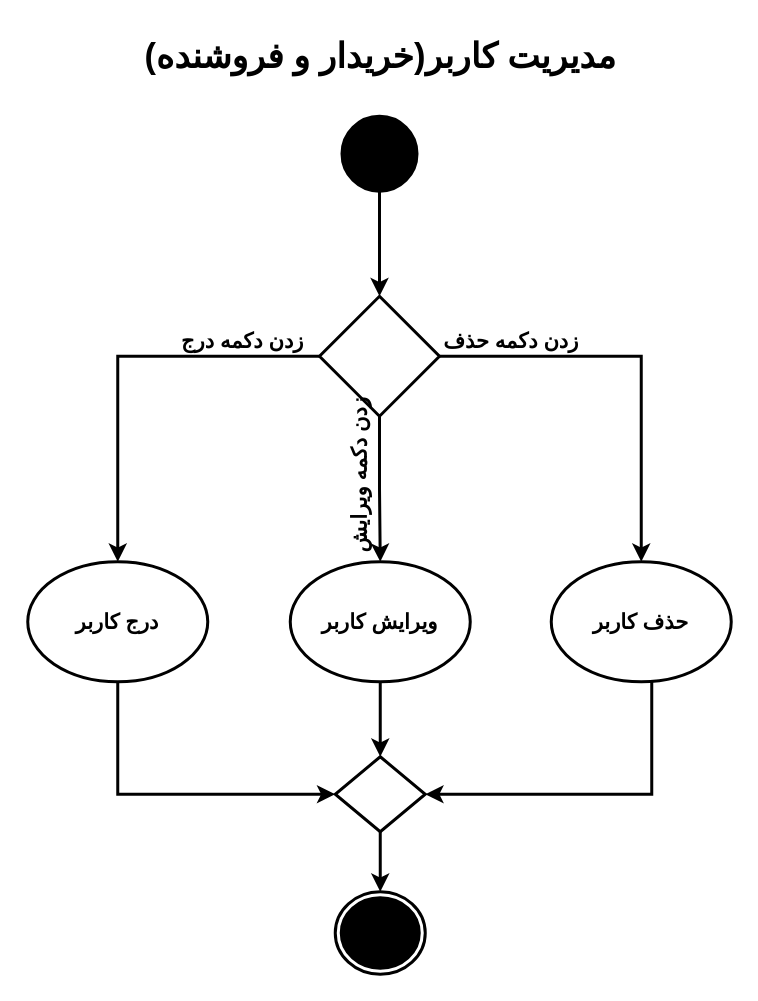
Before: page "UserManagement" (6 of 24) of ActivityDiagram/MiddleWare_CarBaMaActivityDiagram.drawio in MelvinMo/CarBaMa_Automotive-Sale-Application, a draw.io diagram. Source tidied: cells renumbered, new cells numbered last; positions are measured from the earlier drawing's top-left corner, leaving out a move shared by most shapes. Both pictures are drawn from the tidied source at 150%, with x=0, y=0 at pixel (27, 26).
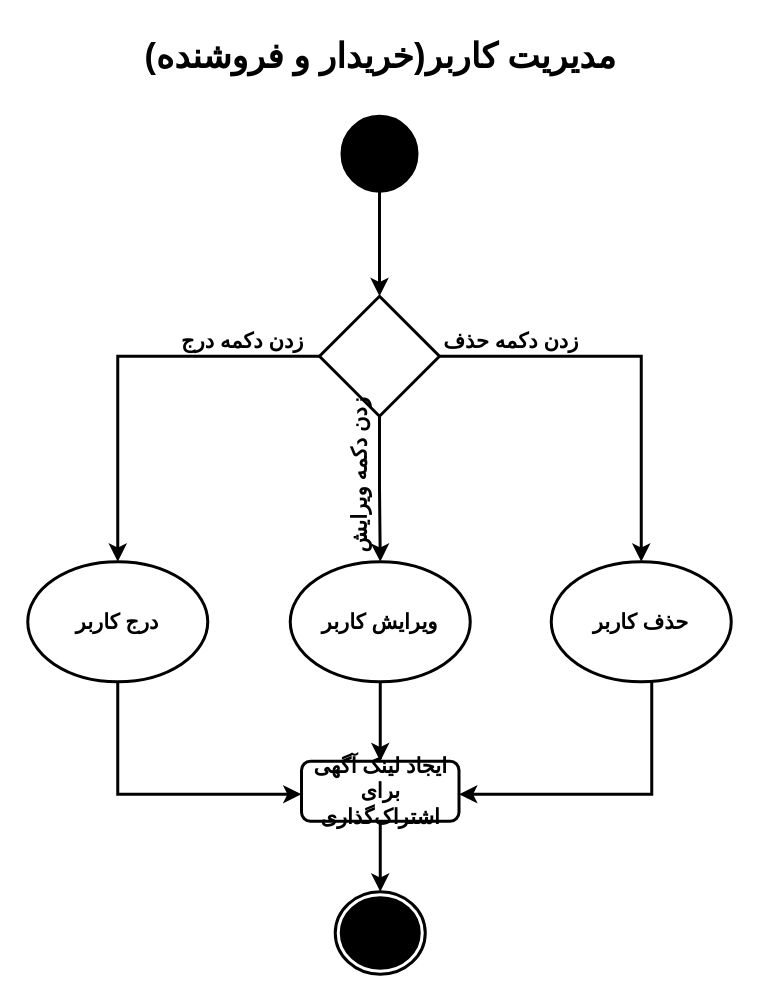
The same diagram, later.

Unchanged cells that the change refers to:
```xml
<mxCell id="4" style="ellipse;html=1;shape=endState;fillColor=#000000;strokeColor=#000000;strokeWidth=2;" parent="1" vertex="1">
  <mxGeometry x="205" y="577" width="60" height="55" as="geometry" />
</mxCell>
<mxCell id="5" value="&lt;font style=&quot;font-size: 14px&quot;&gt;&lt;b&gt;درج کاربر&lt;/b&gt;&lt;/font&gt;" style="ellipse;whiteSpace=wrap;html=1;strokeWidth=2;" parent="1" vertex="1">
  <mxGeometry y="357" width="120" height="80" as="geometry" />
</mxCell>
<mxCell id="9" value="&lt;b&gt;&lt;font style=&quot;font-size: 14px&quot;&gt;ویرایش کاربر&lt;/font&gt;&lt;/b&gt;" style="ellipse;whiteSpace=wrap;html=1;strokeWidth=2;" parent="1" vertex="1">
  <mxGeometry x="175" y="357" width="120" height="80" as="geometry" />
</mxCell>
<mxCell id="11" value="&lt;b&gt;&lt;font style=&quot;font-size: 14px&quot;&gt;حذف کاربر&lt;/font&gt;&lt;/b&gt;" style="ellipse;whiteSpace=wrap;html=1;strokeWidth=2;" parent="1" vertex="1">
  <mxGeometry x="349" y="357" width="120" height="80" as="geometry" />
</mxCell>
```

The edit, as a diff of the source:
```diff
@@
-    <mxCell id="10" style="edgeStyle=orthogonalEdgeStyle;rounded=0;jettySize=auto;html=1;strokeWidth=2;entryX=1;entryY=0.5;entryDx=0;entryDy=0;" parent="1" edge="1" source="11" target="15">
+    <mxCell id="10" style="edgeStyle=orthogonalEdgeStyle;rounded=0;jettySize=auto;html=1;strokeWidth=2;" parent="1" edge="1" source="11" target="21">
       <mxGeometry relative="1" as="geometry">
         <Array as="points">
           <mxPoint x="416" y="512" />
         </Array>
       </mxGeometry>
     </mxCell>
@@
-    <mxCell id="12" style="edgeStyle=orthogonalEdgeStyle;rounded=0;jettySize=auto;html=1;strokeWidth=2;exitX=0.5;exitY=1;exitDx=0;exitDy=0;entryX=0.5;entryY=0;entryDx=0;entryDy=0;" parent="1" edge="1" source="9" target="15">
+    <mxCell id="12" style="edgeStyle=orthogonalEdgeStyle;rounded=0;jettySize=auto;html=1;strokeWidth=2;exitX=0.5;exitY=1;exitDx=0;exitDy=0;" parent="1" edge="1" source="9" target="21">
       <mxGeometry relative="1" as="geometry" />
     </mxCell>
@@
-    <mxCell id="14" style="edgeStyle=orthogonalEdgeStyle;rounded=0;jettySize=auto;html=1;strokeWidth=2;" parent="1" edge="1" source="15" target="4">
+    <mxCell id="14" style="edgeStyle=orthogonalEdgeStyle;rounded=0;jettySize=auto;html=1;strokeWidth=2;" parent="1" edge="1" source="21" target="4">
       <mxGeometry relative="1" as="geometry" />
     </mxCell>
-    <mxCell id="15" style="rhombus;whiteSpace=wrap;html=1;strokeWidth=2;" parent="1" vertex="1">
-      <mxGeometry x="205" y="487" width="60" height="50" as="geometry" />
-    </mxCell>
@@
-    <mxCell id="17" style="edgeStyle=orthogonalEdgeStyle;rounded=0;jettySize=auto;html=1;strokeWidth=2;entryX=0;entryY=0.5;entryDx=0;entryDy=0;exitX=0.5;exitY=1;exitDx=0;exitDy=0;" parent="1" edge="1" source="5" target="15">
+    <mxCell id="17" style="edgeStyle=orthogonalEdgeStyle;rounded=0;jettySize=auto;html=1;strokeWidth=2;exitX=0.5;exitY=1;exitDx=0;exitDy=0;" parent="1" edge="1" source="5" target="21">
       <mxGeometry relative="1" as="geometry">
         <Array as="points">
           <mxPoint x="60" y="512" />
         </Array>
       </mxGeometry>
     </mxCell>
@@
+    <mxCell id="21" value="&lt;font style=&quot;font-size: 14px&quot;&gt;&lt;b&gt;ایجاد لینک آگهی برای اشتراک‌گذاری&lt;/b&gt;&lt;/font&gt;" style="rounded=1;whiteSpace=wrap;html=1;strokeColor=#000000;fillColor=none;strokeWidth=2;" parent="1" vertex="1">
+      <mxGeometry x="182.5" y="490" width="105" height="40" as="geometry" />
+    </mxCell>
```
